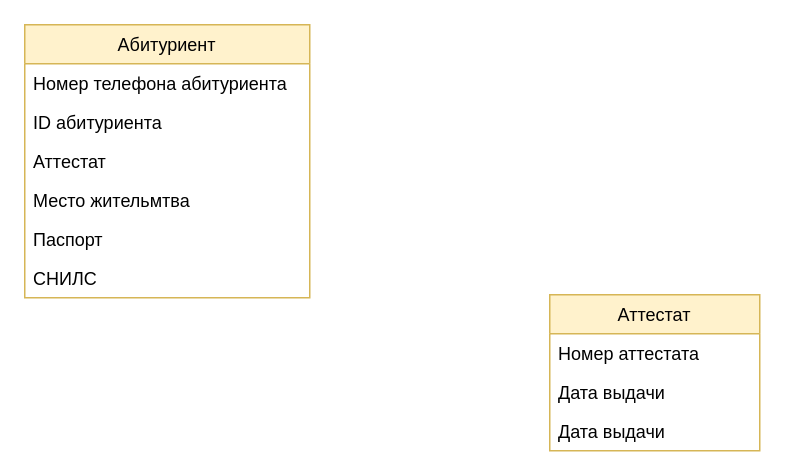
Earlier version of the draw.io diagram Untitled Diagram.drawio (d4nd3l10n36/123). Source tidied: cells renumbered, new cells numbered last; positions are measured from the earlier drawing's top-left corner, leaving out a move shared by most shapes. Both pictures are drawn from the tidied source at 150%, with x=0, y=0 at pixel (24, 24).
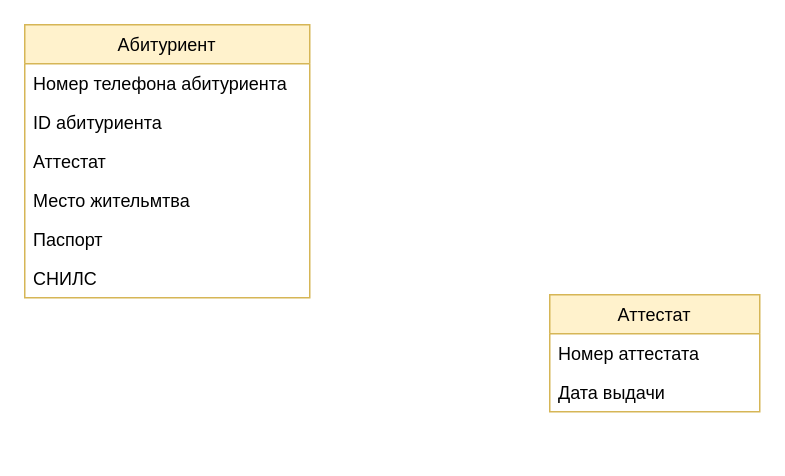
The same diagram, later.

Change to the diagram source:
```diff
@@
 <mxGraphModel>
   <root>
     <mxCell id="0" />
     <mxCell id="1" parent="0" />
     <mxCell id="2" value="Абитуриент" style="swimlane;fontStyle=0;horizontal=1;startSize=26;fillColor=#fff2cc;strokeColor=#d6b656;" parent="1" vertex="1">
       <mxGeometry width="190" height="182" as="geometry" />
     </mxCell>
     <mxCell id="3" value="Номер телефона абитуриента" style="text;strokeColor=none;fillColor=none;align=left;verticalAlign=top;spacingLeft=4;spacingRight=4;overflow=hidden;" parent="2" vertex="1">
       <mxGeometry y="26" width="190" height="26" as="geometry" />
     </mxCell>
     <mxCell id="4" value="ID абитуриента" style="text;strokeColor=none;fillColor=none;align=left;verticalAlign=top;spacingLeft=4;spacingRight=4;overflow=hidden;" parent="2" vertex="1">
       <mxGeometry y="52" width="190" height="26" as="geometry" />
     </mxCell>
     <mxCell id="5" value="Аттестат" style="text;strokeColor=none;fillColor=none;align=left;verticalAlign=top;spacingLeft=4;spacingRight=4;overflow=hidden;" parent="2" vertex="1">
       <mxGeometry y="78" width="190" height="26" as="geometry" />
     </mxCell>
     <mxCell id="6" value="Место жительмтва" style="text;strokeColor=none;fillColor=none;align=left;verticalAlign=top;spacingLeft=4;spacingRight=4;overflow=hidden;" parent="2" vertex="1">
       <mxGeometry y="104" width="190" height="26" as="geometry" />
     </mxCell>
     <mxCell id="7" value="Паспорт" style="text;strokeColor=none;fillColor=none;align=left;verticalAlign=top;spacingLeft=4;spacingRight=4;overflow=hidden;" parent="2" vertex="1">
       <mxGeometry y="130" width="190" height="26" as="geometry" />
     </mxCell>
     <mxCell id="8" value="СНИЛС" style="text;strokeColor=none;fillColor=none;align=left;verticalAlign=top;spacingLeft=4;spacingRight=4;overflow=hidden;" parent="2" vertex="1">
       <mxGeometry y="156" width="190" height="26" as="geometry" />
     </mxCell>
     <mxCell id="9" value="Аттестат" style="swimlane;fontStyle=0;horizontal=1;startSize=26;fillColor=#fff2cc;strokeColor=#d6b656;" parent="1" vertex="1">
-      <mxGeometry x="350" y="180" width="140" height="104" as="geometry" />
+      <mxGeometry x="350" y="180" width="140" height="78" as="geometry" />
     </mxCell>
     <mxCell id="10" value="Номер аттестата" style="text;strokeColor=none;fillColor=none;align=left;verticalAlign=top;spacingLeft=4;spacingRight=4;overflow=hidden;" parent="9" vertex="1">
       <mxGeometry y="26" width="140" height="26" as="geometry" />
     </mxCell>
     <mxCell id="11" value="Дата выдачи " style="text;strokeColor=none;fillColor=none;align=left;verticalAlign=top;spacingLeft=4;spacingRight=4;overflow=hidden;" parent="9" vertex="1">
       <mxGeometry y="52" width="140" height="26" as="geometry" />
     </mxCell>
-    <mxCell id="12" value="Дата выдачи " style="text;strokeColor=none;fillColor=none;align=left;verticalAlign=top;spacingLeft=4;spacingRight=4;overflow=hidden;" parent="9" vertex="1">
-      <mxGeometry y="78" width="140" height="26" as="geometry" />
-    </mxCell>
   </root>
 </mxGraphModel>
```
